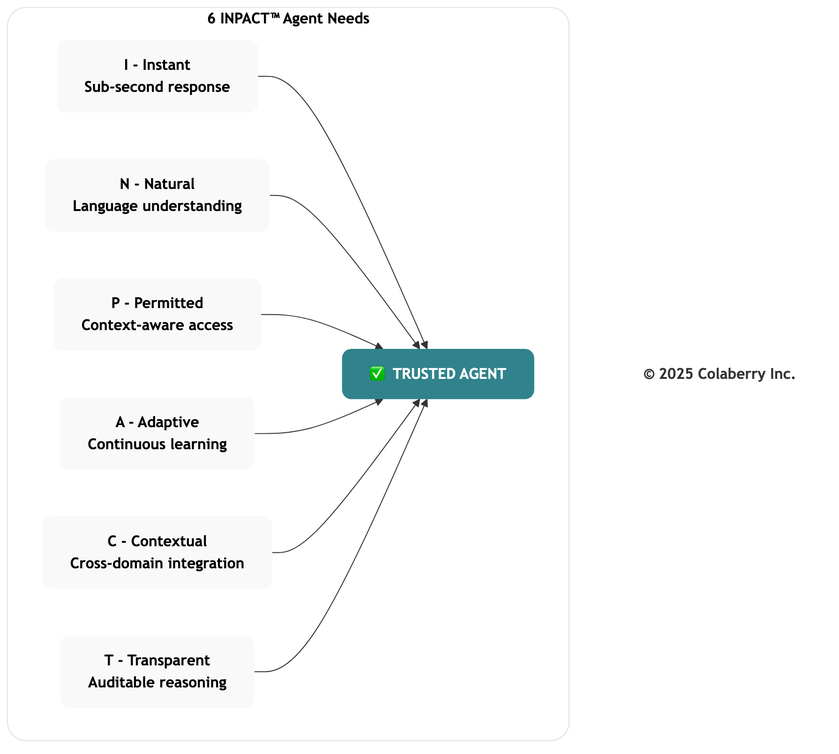
The Mermaid diagram manuscript/figures/01_chapter_0_trust_before_intelligence-diagram-03.png in saitejesh-cyber/trust-before-intelligence-book, before a commit. Its source is kept beside it as mermaid-source/01_chapter_0_trust_before_intelligence-diagram-03.mmd.
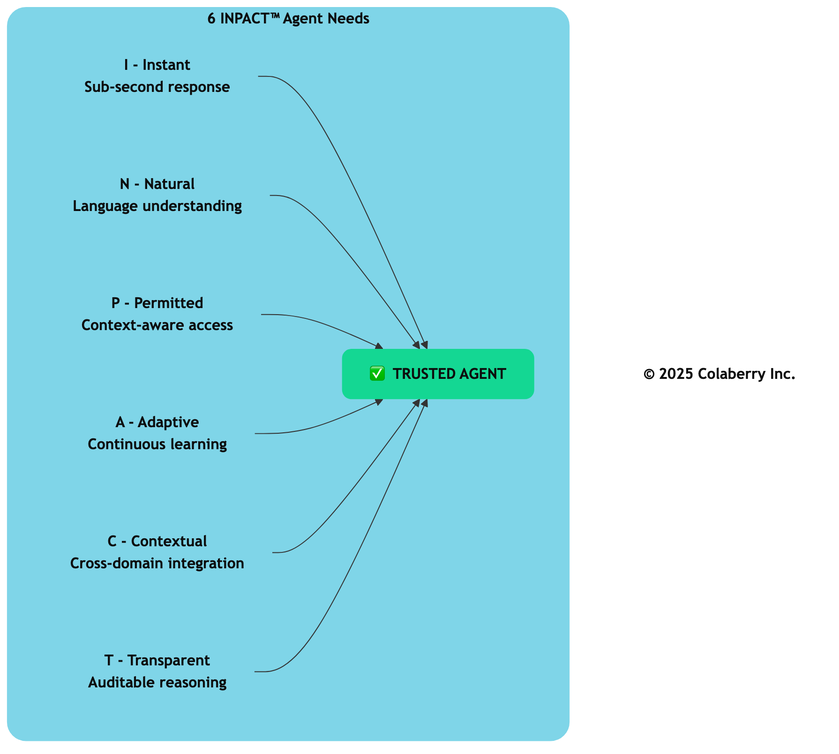
Above is the later version.

The edit, as a diff of the source:
```diff
@@ -19,12 +19,12 @@
 
     Copyright["<b>© 2025 Colaberry Inc.</b>"]
 
-    style HITL fill:#ffffff,stroke:#e0e0e0,stroke-width:1px,color:#000000,rx:20,ry:20
-    style I fill:#f9f9f9,stroke:none,color:#000000,rx:10,ry:10
-    style N fill:#f9f9f9,stroke:none,color:#000000,rx:10,ry:10
-    style P fill:#f9f9f9,stroke:none,color:#000000,rx:10,ry:10
-    style A fill:#f9f9f9,stroke:none,color:#000000,rx:10,ry:10
-    style C fill:#f9f9f9,stroke:none,color:#000000,rx:10,ry:10
-    style T fill:#f9f9f9,stroke:none,color:#000000,rx:10,ry:10
-    style Trust fill:#30838C,stroke:none,color:#ffffff,rx:10,ry:10
-    style Copyright fill:none,stroke:none,color:#333333
+    style HITL fill:#7FD5E8,stroke:#7FD5E8,stroke-width:1px,color:#0D0D0D,rx:20,ry:20
+    style I fill:#7FD5E8,stroke:none,color:#0D0D0D,rx:10,ry:10
+    style N fill:#7FD5E8,stroke:none,color:#0D0D0D,rx:10,ry:10
+    style P fill:#7FD5E8,stroke:none,color:#0D0D0D,rx:10,ry:10
+    style A fill:#7FD5E8,stroke:none,color:#0D0D0D,rx:10,ry:10
+    style C fill:#7FD5E8,stroke:none,color:#0D0D0D,rx:10,ry:10
+    style T fill:#7FD5E8,stroke:none,color:#0D0D0D,rx:10,ry:10
+    style Trust fill:#14D793,stroke:none,color:#0D0D0D,rx:10,ry:10
+    style Copyright fill:none,stroke:none,color:#0D0D0D
```
